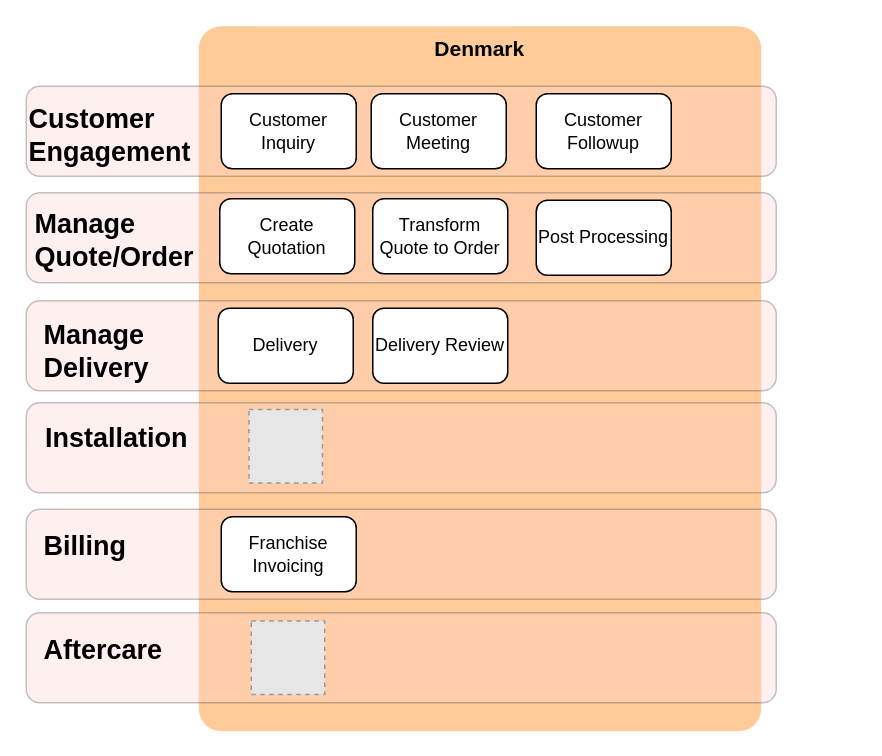
Before: page "Franchise/Dealers - Denmark" (9 of 10) of Commercial Model.drawio in mrf742002/Diagrams, a draw.io diagram. Source tidied: cells renumbered, new cells numbered last; positions are measured from the earlier drawing's top-left corner, leaving out a move shared by most shapes. Both pictures are drawn from the tidied source at 150%, with x=0, y=0 at pixel (26, 26). Pictures stored in the file or linked from it are replaced by grey dashed boxes.
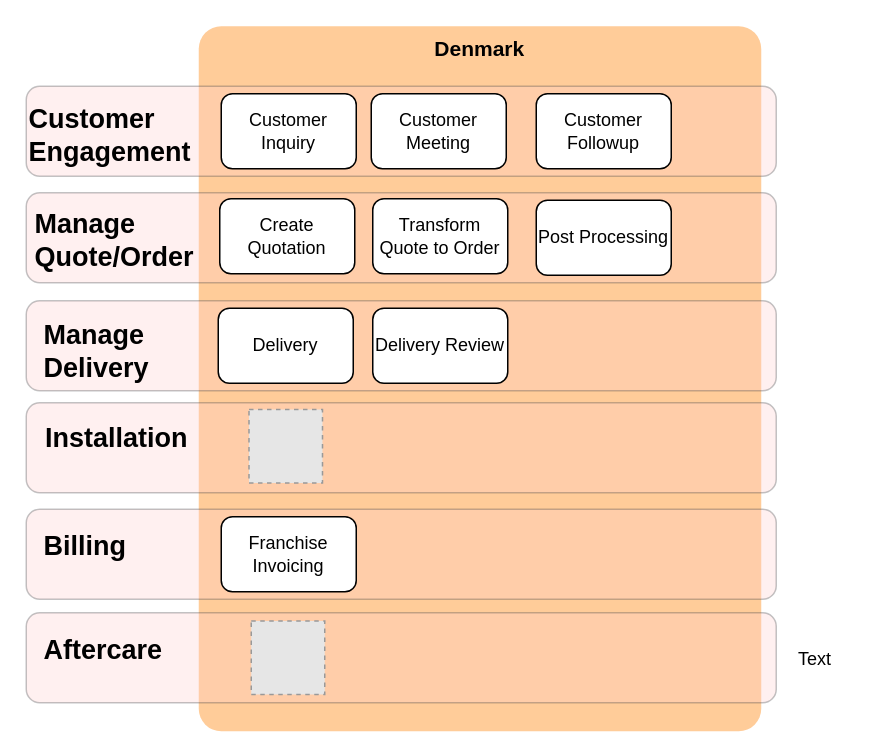
After the change.

What changed in the source:
```diff
@@
+    <mxCell id="26" value="Text" style="text;html=1;align=left;verticalAlign=top;spacingTop=-4;" parent="1" vertex="1">
+      <mxGeometry x="513" y="412" width="40" height="10" as="geometry" />
+    </mxCell>
```
